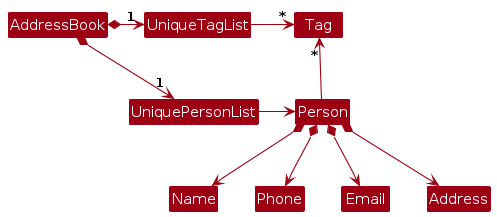
AY2627S1-CS2103T-T08-1/tp keeps this PlantUML diagram as diagrams/BetterModelClassDiagram.png. Above is the earlier version. Its source is kept beside it as diagrams/BetterModelClassDiagram.puml.
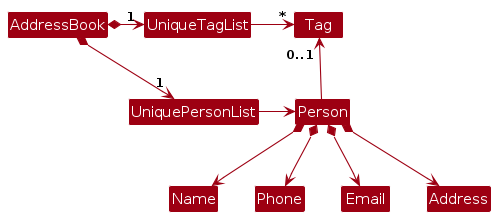
Above is the later version.

Change to the diagram source:
```diff
@@ -12,7 +12,7 @@
 UniqueTagList -right-> "*" Tag
 UniquePersonList -right-> Person
 
-Person -up-> "*" Tag
+Person -up-> "0..1" Tag
 
 Person *--> Name
 Person *--> Phone
```
